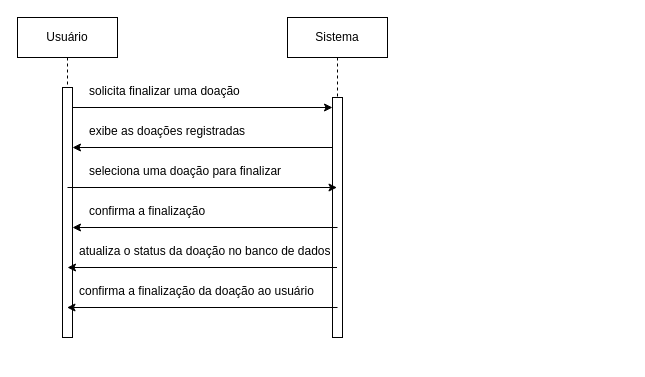
This is Diagrama de Sequência(RF004).drawio from JoaoGans/DRAW.tcc, a draw.io file, before an edit. Source tidied: cells renumbered, new cells numbered last; positions are measured from the earlier drawing's top-left corner, leaving out a move shared by most shapes. Both pictures are drawn from the tidied source at 100%, with x=0, y=0 at pixel (17, 17).
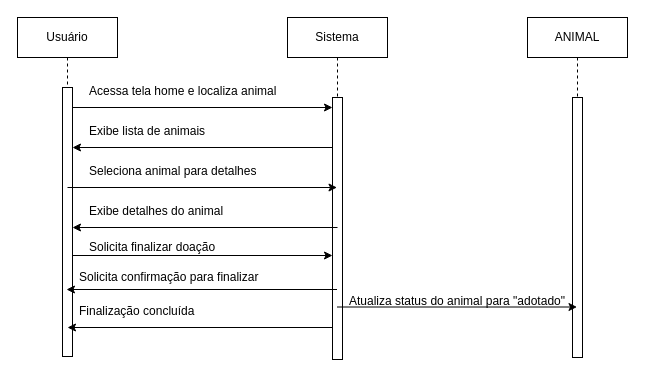
The same page after the edit.

What changed in the source:
```diff
@@
     <mxCell id="2" value="Usuário" style="shape=umlLifeline;perimeter=lifelinePerimeter;whiteSpace=wrap;html=1;outlineConnect=0;portConstraint=eastwest;newEdgeStyle={&quot;edgeStyle&quot;:&quot;elbowEdgeStyle&quot;,&quot;elbow&quot;:&quot;vertical&quot;,&quot;curved&quot;:0,&quot;rounded&quot;:0};" parent="1" vertex="1">
-      <mxGeometry width="100" height="320" as="geometry" />
+      <mxGeometry width="100" height="339" as="geometry" />
     </mxCell>
     <mxCell id="3" style="html=1;perimeter=orthogonalPerimeter;targetShapes=umlLifeline;newEdgeStyle={&quot;edgeStyle&quot;:&quot;elbowEdgeStyle&quot;,&quot;elbow&quot;:&quot;vertical&quot;,&quot;curved&quot;:0,&quot;rounded&quot;:0};" parent="2" vertex="1">
-      <mxGeometry x="45" y="70" width="10" height="250" as="geometry" />
+      <mxGeometry x="45" y="70" width="10" height="269" as="geometry" />
     </mxCell>
     <mxCell id="4" value="Sistema" style="shape=umlLifeline;perimeter=lifelinePerimeter;whiteSpace=wrap;html=1;outlineConnect=0;portConstraint=eastwest;newEdgeStyle={&quot;edgeStyle&quot;:&quot;elbowEdgeStyle&quot;,&quot;elbow&quot;:&quot;vertical&quot;,&quot;curved&quot;:0,&quot;rounded&quot;:0};" parent="1" vertex="1">
-      <mxGeometry x="270" width="100" height="320" as="geometry" />
+      <mxGeometry x="270" width="100" height="342" as="geometry" />
     </mxCell>
     <mxCell id="5" style="html=1;points=[];perimeter=orthogonalPerimeter;outlineConnect=0;targetShapes=umlLifeline;portConstraint=eastwest;newEdgeStyle={&quot;edgeStyle&quot;:&quot;elbowEdgeStyle&quot;,&quot;elbow&quot;:&quot;vertical&quot;,&quot;curved&quot;:0,&quot;rounded&quot;:0};" parent="4" vertex="1">
-      <mxGeometry x="45" y="80" width="10" height="240" as="geometry" />
+      <mxGeometry x="45" y="80" width="10" height="262" as="geometry" />
     </mxCell>
@@
-    <mxCell id="7" value=" solicita finalizar uma doação" style="text;whiteSpace=wrap;html=1;" parent="1" vertex="1">
-      <mxGeometry x="70" y="60" width="180" height="40" as="geometry" />
+    <mxCell id="7" value="Acessa tela home e localiza animal" style="text;whiteSpace=wrap;html=1;" parent="1" vertex="1">
+      <mxGeometry x="70" y="60" width="203" height="40" as="geometry" />
     </mxCell>
@@
-    <mxCell id="9" value="exibe as doações registradas" style="text;whiteSpace=wrap;html=1;" parent="1" vertex="1">
+    <mxCell id="9" value="Exibe lista de animais" style="text;whiteSpace=wrap;html=1;" parent="1" vertex="1">
       <mxGeometry x="70" y="100" width="160" height="40" as="geometry" />
     </mxCell>
@@
-    <mxCell id="11" value=" seleciona uma doação para finalizar" style="text;whiteSpace=wrap;html=1;" parent="1" vertex="1">
+    <mxCell id="11" value=" Seleciona animal para detalhes" style="text;whiteSpace=wrap;html=1;" parent="1" vertex="1">
       <mxGeometry x="70" y="140" width="240" height="40" as="geometry" />
     </mxCell>
@@
-    <mxCell id="13" value="confirma a finalização" style="text;whiteSpace=wrap;html=1;" parent="1" vertex="1">
+    <mxCell id="13" value="Exibe detalhes do animal" style="text;whiteSpace=wrap;html=1;" parent="1" vertex="1">
       <mxGeometry x="70" y="180" width="260" height="20" as="geometry" />
     </mxCell>
-    <mxCell id="14" style="endArrow=classic;html=1;rounded=0;" parent="1" edge="1" source="4">
-      <mxGeometry relative="1" as="geometry">
-        <mxPoint x="50" y="250" as="targetPoint" />
-      </mxGeometry>
-    </mxCell>
-    <mxCell id="15" value="atualiza o status da doação no banco de dados" style="text;whiteSpace=wrap;html=1;" parent="1" vertex="1">
-      <mxGeometry x="60" y="220" width="290" height="40" as="geometry" />
+    <mxCell id="15" value="Solicita finalizar doação" style="text;whiteSpace=wrap;html=1;" parent="1" vertex="1">
+      <mxGeometry x="70" y="216" width="290" height="40" as="geometry" />
     </mxCell>
-    <mxCell id="16" style="endArrow=classic;html=1;rounded=0;" parent="1" edge="1" target="2">
+    <mxCell id="16" style="endArrow=classic;html=1;rounded=0;" parent="1" edge="1">
       <mxGeometry relative="1" as="geometry">
-        <mxPoint x="320" y="290" as="sourcePoint" />
+        <mxPoint x="319.5" y="272" as="sourcePoint" />
+        <mxPoint x="49" y="272" as="targetPoint" />
       </mxGeometry>
     </mxCell>
-    <mxCell id="17" value="confirma a finalização da doação ao usuário" style="text;whiteSpace=wrap;html=1;" parent="1" vertex="1">
-      <mxGeometry x="60" y="260" width="270" height="40" as="geometry" />
+    <mxCell id="17" value="Solicita confirmação para finalizar" style="text;whiteSpace=wrap;html=1;" parent="1" vertex="1">
+      <mxGeometry x="60" y="246" width="270" height="40" as="geometry" />
     </mxCell>
+    <mxCell id="18" value="ANIMAL" style="shape=umlLifeline;perimeter=lifelinePerimeter;whiteSpace=wrap;html=1;newEdgeStyle={&quot;edgeStyle&quot;:&quot;elbowEdgeStyle&quot;,&quot;elbow&quot;:&quot;vertical&quot;,&quot;curved&quot;:0,&quot;rounded&quot;:0};" parent="1" vertex="1">
+      <mxGeometry x="510" width="100" height="340" as="geometry" />
+    </mxCell>
+    <mxCell id="19" style="html=1;perimeter=orthogonalPerimeter;targetShapes=umlLifeline;newEdgeStyle={&quot;edgeStyle&quot;:&quot;elbowEdgeStyle&quot;,&quot;elbow&quot;:&quot;vertical&quot;,&quot;curved&quot;:0,&quot;rounded&quot;:0};" parent="18" vertex="1">
+      <mxGeometry x="45" y="80" width="10" height="260" as="geometry" />
+    </mxCell>
+    <mxCell id="20" style="endArrow=classic;html=1;rounded=0;" parent="1" edge="1">
+      <mxGeometry relative="1" as="geometry">
+        <mxPoint x="55" y="238" as="sourcePoint" />
+        <mxPoint x="315" y="238" as="targetPoint" />
+      </mxGeometry>
+    </mxCell>
+    <mxCell id="21" value="Atualiza status do animal para &quot;adotado&quot;" style="text;whiteSpace=wrap;" parent="1" vertex="1">
+      <mxGeometry x="330" y="270" width="250" height="40" as="geometry" />
+    </mxCell>
+    <mxCell id="22" style="endArrow=classic;html=1;rounded=0;" parent="1" edge="1">
+      <mxGeometry relative="1" as="geometry">
+        <mxPoint x="319.5" y="289.5" as="sourcePoint" />
+        <mxPoint x="559.5" y="289.5" as="targetPoint" />
+      </mxGeometry>
+    </mxCell>
+    <mxCell id="23" value="Finalização concluída" style="text;whiteSpace=wrap;" parent="1" vertex="1">
+      <mxGeometry x="60" y="280" width="150" height="40" as="geometry" />
+    </mxCell>
+    <mxCell id="24" style="endArrow=classic;html=1;rounded=0;" parent="1" edge="1" source="5">
+      <mxGeometry relative="1" as="geometry">
+        <mxPoint x="50" y="310" as="targetPoint" />
+      </mxGeometry>
+    </mxCell>
```
